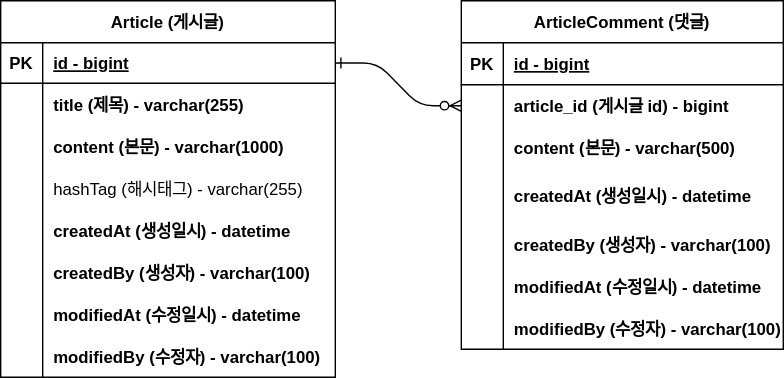
This is document/project-board-erd.svg from sungjun1116/project-board, a draw.io export, as it was before one commit. Source tidied: cells renumbered, new cells last; positions are measured from the earlier drawing's top-left corner, leaving out a move shared by most shapes.
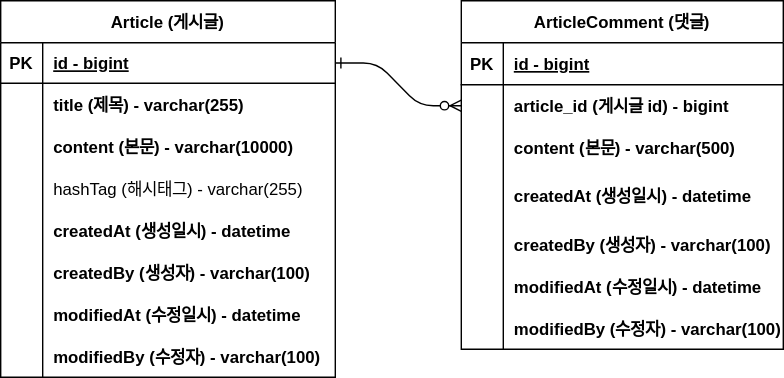
Later version of the same file.

Commit message:
#10 - erd 업데이트: content 사이즈 변경2

What changed in the source:
```diff
@@ -34,7 +34,7 @@
     <mxCell id="11" style="shape=partialRectangle;overflow=hidden;fillColor=none;top=0;left=0;bottom=0;right=0;" parent="10" vertex="1">
       <mxGeometry width="30" height="30" as="geometry" />
     </mxCell>
-    <mxCell id="12" value="content (본문) - varchar(1000)" style="shape=partialRectangle;overflow=hidden;fillColor=none;top=0;left=0;bottom=0;right=0;align=left;spacingLeft=6;fontStyle=1;" parent="10" vertex="1">
+    <mxCell id="12" value="content (본문) - varchar(10000)" style="shape=partialRectangle;overflow=hidden;fillColor=none;top=0;left=0;bottom=0;right=0;align=left;spacingLeft=6;fontStyle=1;" parent="10" vertex="1">
       <mxGeometry x="30" width="209" height="30" as="geometry" />
     </mxCell>
     <mxCell id="13" style="shape=partialRectangle;fillColor=none;top=0;left=0;right=0;bottom=0;" parent="3" vertex="1">
```
